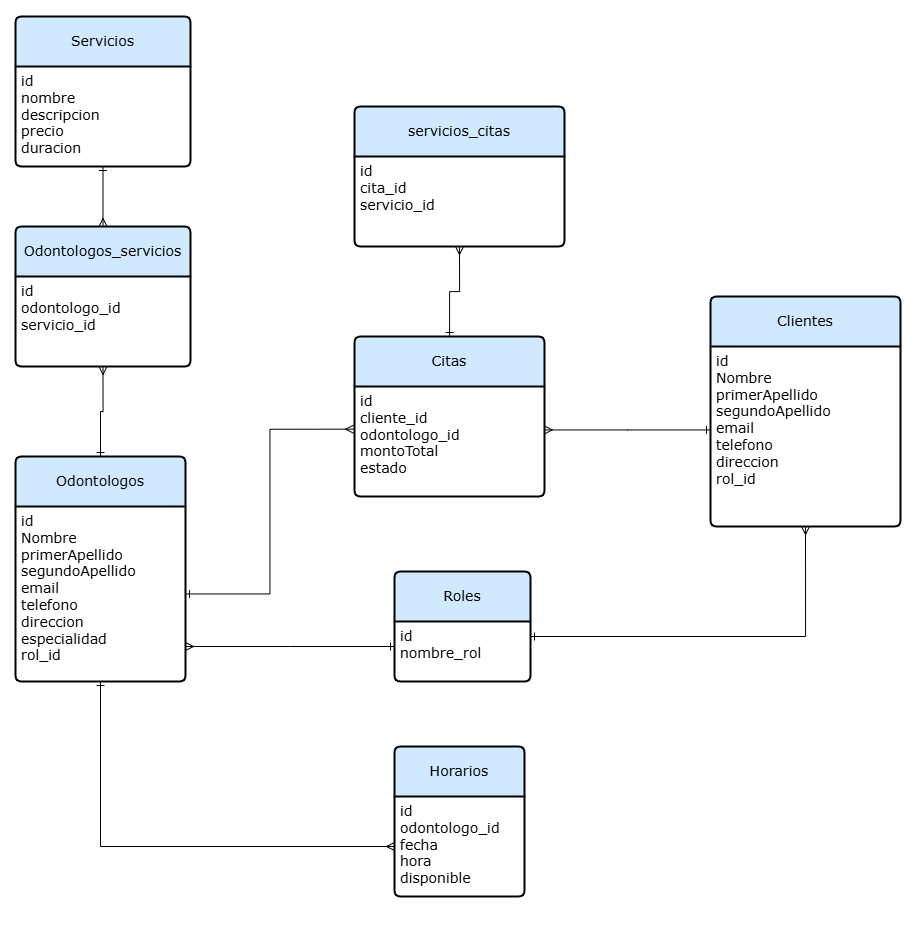
Earlier version of the draw.io export docs/Clinical_Dental.png (sebastianDLL/sis257_clinica_dental). Source tidied: cells renumbered, new cells last; positions are measured from the earlier drawing's top-left corner, leaving out a move shared by most shapes.
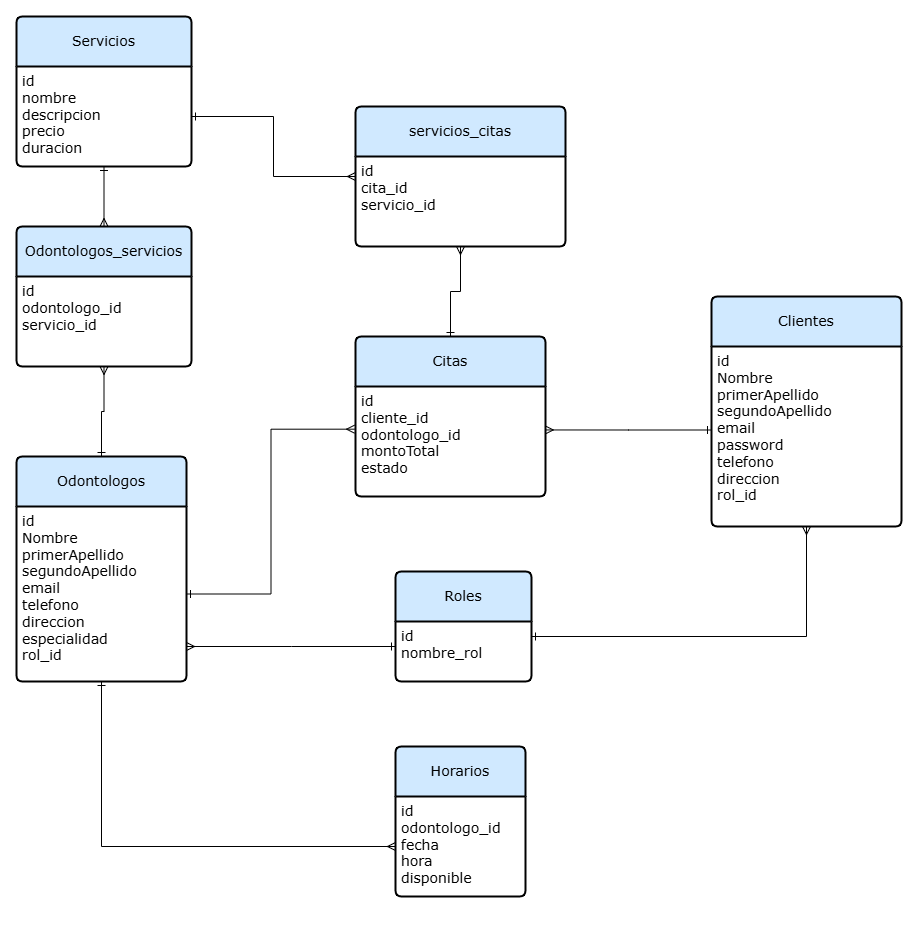
Above is the later version.

Change to the diagram source:
```diff
@@ -14,7 +14,7 @@
     <mxCell id="5" value="Clientes" style="swimlane;horizontal=1;startSize=50;rounded=1;fontSize=14;fontStyle=0;strokeWidth=2;shadow=0;dashed=0;align=center;arcSize=4;whiteSpace=wrap;html=1;fillColor=#D0E9FF;fontFamily=Verdana;labelBackgroundColor=none;textShadow=0;" parent="1" vertex="1">
       <mxGeometry x="695" y="280" width="190" height="230" as="geometry" />
     </mxCell>
-    <mxCell id="6" value="&lt;div style=&quot;font-size: 14px;&quot;&gt;id&lt;/div&gt;Nombre&lt;div style=&quot;font-size: 14px;&quot;&gt;&lt;div style=&quot;font-size: 14px;&quot;&gt;primerApellido&lt;/div&gt;&lt;/div&gt;&lt;div style=&quot;font-size: 14px;&quot;&gt;segundoApellido&lt;br style=&quot;font-size: 14px;&quot;&gt;&lt;/div&gt;&lt;div style=&quot;font-size: 14px;&quot;&gt;email&lt;/div&gt;&lt;div style=&quot;font-size: 14px;&quot;&gt;telefono&lt;/div&gt;&lt;div style=&quot;font-size: 14px;&quot;&gt;direccion&lt;/div&gt;&lt;div style=&quot;font-size: 14px;&quot;&gt;&lt;div style=&quot;font-size: 14px;&quot;&gt;rol_id&lt;/div&gt;&lt;/div&gt;" style="align=left;strokeColor=none;fillColor=none;spacingLeft=4;fontSize=14;verticalAlign=top;html=1;fontFamily=Verdana;labelBackgroundColor=none;textShadow=0;" parent="5" vertex="1">
+    <mxCell id="6" value="&lt;div style=&quot;font-size: 14px;&quot;&gt;id&lt;/div&gt;Nombre&lt;div style=&quot;font-size: 14px;&quot;&gt;&lt;div style=&quot;font-size: 14px;&quot;&gt;primerApellido&lt;/div&gt;&lt;/div&gt;&lt;div style=&quot;font-size: 14px;&quot;&gt;segundoApellido&lt;br style=&quot;font-size: 14px;&quot;&gt;&lt;/div&gt;&lt;div style=&quot;font-size: 14px;&quot;&gt;email&lt;/div&gt;&lt;div style=&quot;font-size: 14px;&quot;&gt;password&lt;/div&gt;&lt;div style=&quot;font-size: 14px;&quot;&gt;telefono&lt;/div&gt;&lt;div style=&quot;font-size: 14px;&quot;&gt;direccion&lt;/div&gt;&lt;div style=&quot;font-size: 14px;&quot;&gt;&lt;div style=&quot;font-size: 14px;&quot;&gt;rol_id&lt;/div&gt;&lt;/div&gt;" style="align=left;strokeColor=none;fillColor=none;spacingLeft=4;fontSize=14;verticalAlign=top;html=1;fontFamily=Verdana;labelBackgroundColor=none;textShadow=0;" parent="5" vertex="1">
       <mxGeometry y="50" width="190" height="180" as="geometry" />
     </mxCell>
     <mxCell id="7" value="Servicios" style="swimlane;horizontal=1;startSize=50;rounded=1;fontSize=14;fontStyle=0;strokeWidth=2;shadow=0;dashed=0;align=center;arcSize=4;whiteSpace=wrap;html=1;fillColor=#D0E9FF;fontFamily=Verdana;labelBackgroundColor=none;textShadow=0;gradientColor=none;swimlaneFillColor=none;" parent="1" vertex="1">
@@ -91,5 +91,8 @@
         </Array>
       </mxGeometry>
     </mxCell>
+    <mxCell id="26" style="edgeStyle=orthogonalEdgeStyle;rounded=0;jettySize=auto;html=1;entryX=0;entryY=0.5;entryDx=0;entryDy=0;endArrow=ERmany;endFill=0;startArrow=ERone;startFill=0;" parent="1" edge="1" source="8" target="20">
+      <mxGeometry relative="1" as="geometry" />
+    </mxCell>
   </root>
 </mxGraphModel>
```
